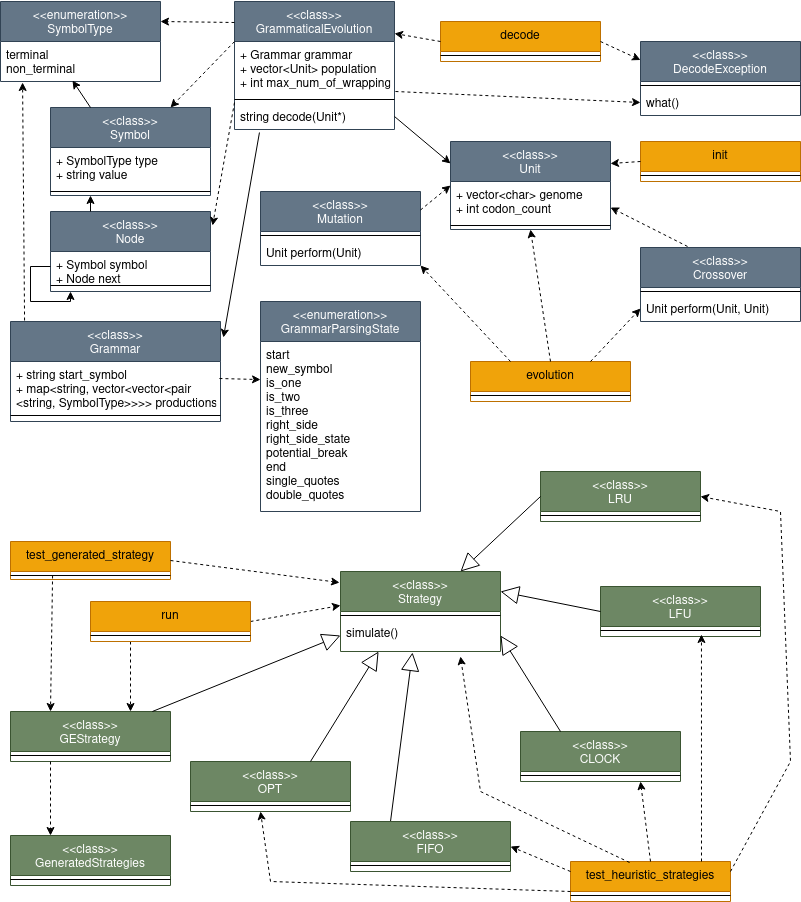
Above: paper/images/class_diagram.png in klukas17/bachelor-thesis (draw.io), before the change. Source tidied: cells renumbered, new cells last; positions are measured from the earlier drawing's top-left corner, leaving out a move shared by most shapes.
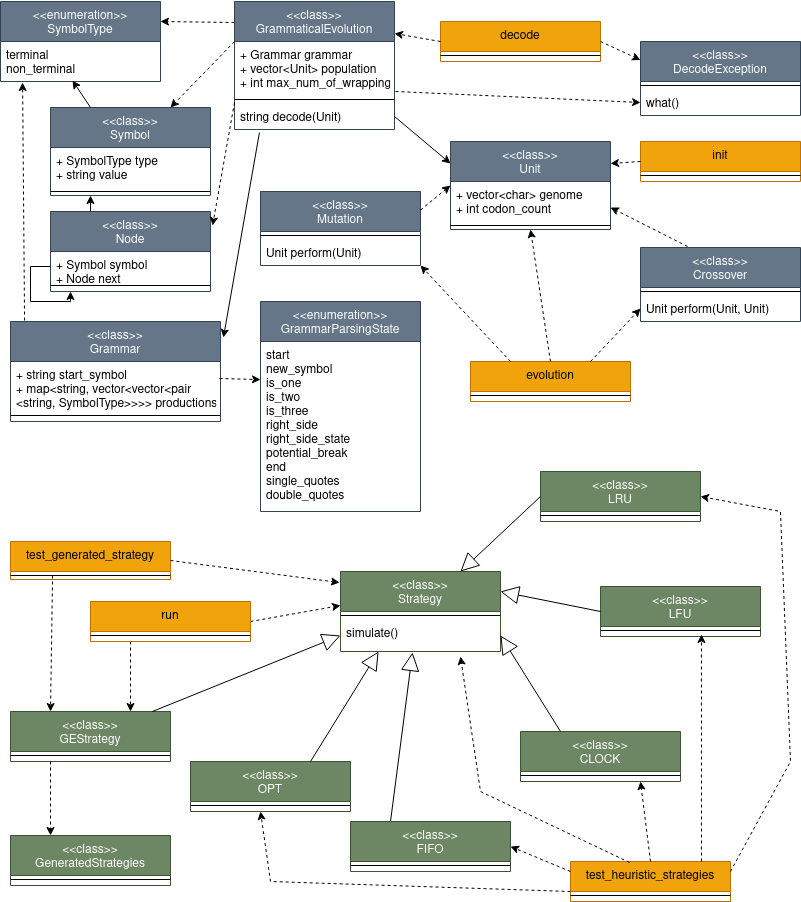
Above is the later version.

The edit, as a diff of the source:
```diff
@@ -11,7 +11,7 @@
     <mxCell id="4" style="line;html=1;strokeWidth=1;align=left;verticalAlign=middle;spacingTop=-1;spacingLeft=3;spacingRight=3;labelPosition=right;" parent="2" vertex="1">
       <mxGeometry y="94" width="160" height="8" as="geometry" />
     </mxCell>
-    <mxCell id="5" value="string decode(Unit*)" style="text;align=left;verticalAlign=top;spacingLeft=4;spacingRight=4;overflow=hidden;points=[[0,0.5],[1,0.5]];portConstraint=eastwest;" parent="2" vertex="1">
+    <mxCell id="5" value="string decode(Unit)" style="text;align=left;verticalAlign=top;spacingLeft=4;spacingRight=4;overflow=hidden;points=[[0,0.5],[1,0.5]];portConstraint=eastwest;" parent="2" vertex="1">
       <mxGeometry y="102" width="160" height="26" as="geometry" />
     </mxCell>
     <mxCell id="6" value="&lt;&lt;class&gt;&gt;&#10;Grammar" style="swimlane;fontStyle=0;align=center;verticalAlign=top;horizontal=1;startSize=40;rounded=0;shadow=0;strokeWidth=1;fillColor=#647687;fontColor=#ffffff;strokeColor=#314354;" parent="1" vertex="1">
```
